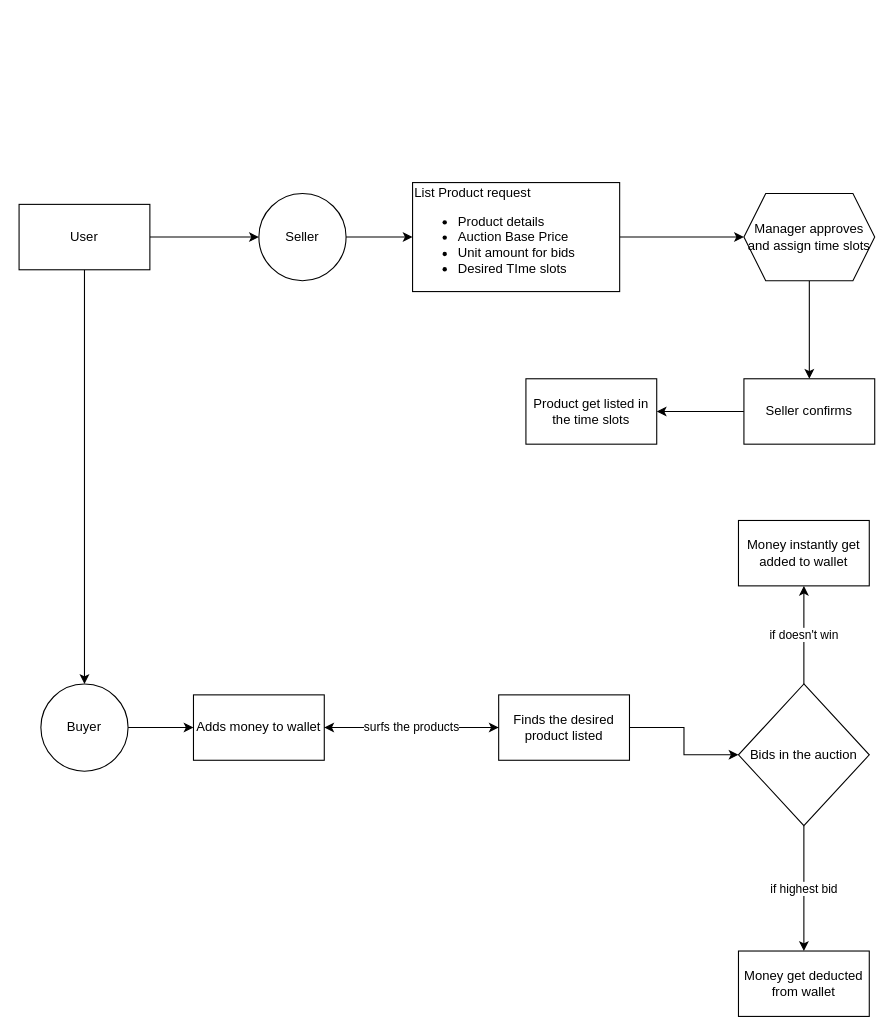
The draw.io diagram flowchart.drawio in Seventy7dot2/webwiz, before the edit. Source tidied: cells renumbered, new cells numbered last; positions are measured from the earlier drawing's top-left corner, leaving out a move shared by most shapes. Both pictures are drawn from the tidied source at 109%, with x=0, y=0 at pixel (19, 182).
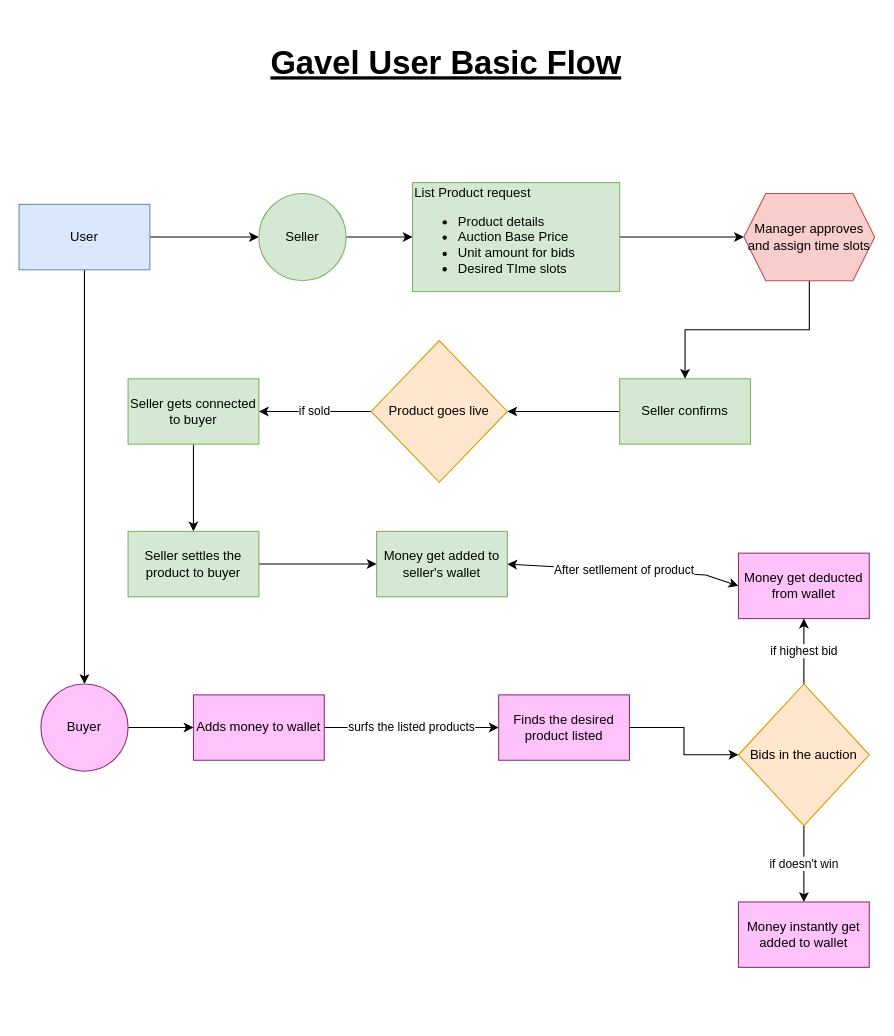
Above is the later version.

Change to the diagram source:
```diff
@@
-    <mxCell id="4" value="User" style="rounded=0;whiteSpace=wrap;html=1;" parent="1" vertex="1">
+    <mxCell id="4" value="User" style="rounded=0;whiteSpace=wrap;html=1;fillColor=#dae8fc;strokeColor=#6c8ebf;" parent="1" vertex="1">
       <mxGeometry y="20" width="120" height="60" as="geometry" />
     </mxCell>
@@
-    <mxCell id="6" value="Buyer" style="ellipse;whiteSpace=wrap;html=1;rounded=0;" parent="1" vertex="1">
+    <mxCell id="6" value="Buyer" style="ellipse;whiteSpace=wrap;html=1;rounded=0;strokeColor=#8c3675;align=center;verticalAlign=middle;fontFamily=Helvetica;fontSize=12;fontColor=default;fillColor=#ffc2fa;" parent="1" vertex="1">
       <mxGeometry x="20" y="460" width="80" height="80" as="geometry" />
     </mxCell>
@@
-    <mxCell id="8" value="Seller" style="ellipse;whiteSpace=wrap;html=1;rounded=0;" parent="1" vertex="1">
+    <mxCell id="8" value="Seller" style="ellipse;whiteSpace=wrap;html=1;rounded=0;fillColor=#d5e8d4;strokeColor=#82b366;" parent="1" vertex="1">
       <mxGeometry x="220" y="10" width="80" height="80" as="geometry" />
     </mxCell>
@@
-    <mxCell id="10" value="List Product request&lt;div&gt;&lt;ul&gt;&lt;li&gt;Product details&lt;/li&gt;&lt;li&gt;Auction Base Price&lt;/li&gt;&lt;li&gt;Unit amount for bids&lt;/li&gt;&lt;li&gt;Desired TIme slots&lt;/li&gt;&lt;/ul&gt;&lt;/div&gt;" style="rounded=0;whiteSpace=wrap;html=1;align=left;" parent="1" vertex="1">
+    <mxCell id="10" value="List Product request&lt;div&gt;&lt;ul&gt;&lt;li&gt;Product details&lt;/li&gt;&lt;li&gt;Auction Base Price&lt;/li&gt;&lt;li&gt;Unit amount for bids&lt;/li&gt;&lt;li&gt;Desired TIme slots&lt;/li&gt;&lt;/ul&gt;&lt;/div&gt;" style="rounded=0;whiteSpace=wrap;html=1;align=left;fillColor=#d5e8d4;strokeColor=#82b366;" parent="1" vertex="1">
       <mxGeometry x="361" width="190" height="100" as="geometry" />
     </mxCell>
@@
-    <mxCell id="12" value="Manager approves&lt;div&gt;and assign time slots&lt;/div&gt;" style="shape=hexagon;perimeter=hexagonPerimeter2;whiteSpace=wrap;html=1;fixedSize=1;align=center;rounded=0;" parent="1" vertex="1">
+    <mxCell id="12" value="Manager approves&lt;div&gt;and assign time slots&lt;/div&gt;" style="shape=hexagon;perimeter=hexagonPerimeter2;whiteSpace=wrap;html=1;fixedSize=1;align=center;rounded=0;fillColor=#f8cecc;strokeColor=#b85450;" parent="1" vertex="1">
       <mxGeometry x="665" y="10" width="120" height="80" as="geometry" />
     </mxCell>
-    <mxCell id="13" style="edgeStyle=orthogonalEdgeStyle;rounded=0;jettySize=auto;html=1;" parent="1" edge="1" source="14" target="15">
-      <mxGeometry relative="1" as="geometry" />
-    </mxCell>
+    <mxCell id="26" style="edgeStyle=orthogonalEdgeStyle;rounded=0;jettySize=auto;html=1;" parent="1" edge="1" source="14" target="28">
+      <mxGeometry relative="1" as="geometry" />
+    </mxCell>
-    <mxCell id="14" value="Seller confirms" style="rounded=0;whiteSpace=wrap;html=1;" parent="1" vertex="1">
-      <mxGeometry x="665" y="180" width="120" height="60" as="geometry" />
+    <mxCell id="14" value="Seller confirms" style="rounded=0;whiteSpace=wrap;html=1;fillColor=#d5e8d4;strokeColor=#82b366;" parent="1" vertex="1">
+      <mxGeometry x="551" y="180" width="120" height="60" as="geometry" />
     </mxCell>
-    <mxCell id="15" value="Product get listed in the time slots" style="rounded=0;whiteSpace=wrap;html=1;" parent="1" vertex="1">
-      <mxGeometry x="465" y="180" width="120" height="60" as="geometry" />
-    </mxCell>
-    <mxCell id="16" style="edgeStyle=orthogonalEdgeStyle;rounded=0;jettySize=auto;html=1;" parent="1" edge="1" source="17" target="20">
+    <mxCell id="16" value="surfs the listed products" style="edgeStyle=orthogonalEdgeStyle;rounded=0;jettySize=auto;html=1;" parent="1" edge="1" source="17" target="20">
       <mxGeometry relative="1" as="geometry" />
     </mxCell>
-    <mxCell id="17" value="Adds money to wallet" style="whiteSpace=wrap;html=1;rounded=0;" parent="1" vertex="1">
+    <mxCell id="17" value="Adds money to wallet" style="whiteSpace=wrap;html=1;rounded=0;strokeColor=#8c3675;align=center;verticalAlign=middle;fontFamily=Helvetica;fontSize=12;fontColor=default;fillColor=#ffc2fa;" parent="1" vertex="1">
       <mxGeometry x="160" y="470" width="120" height="60" as="geometry" />
     </mxCell>
@@
-    <mxCell id="19" value="surfs the products" style="edgeStyle=orthogonalEdgeStyle;rounded=0;jettySize=auto;html=1;" parent="1" edge="1" source="20" target="17">
-      <mxGeometry relative="1" as="geometry" />
-    </mxCell>
-    <mxCell id="20" value="Finds the desired product listed" style="whiteSpace=wrap;html=1;rounded=0;" parent="1" vertex="1">
+    <mxCell id="20" value="Finds the desired product listed" style="whiteSpace=wrap;html=1;rounded=0;strokeColor=#8c3675;align=center;verticalAlign=middle;fontFamily=Helvetica;fontSize=12;fontColor=default;fillColor=#ffc2fa;" parent="1" vertex="1">
       <mxGeometry x="440" y="470" width="120" height="60" as="geometry" />
     </mxCell>
@@
-    <mxCell id="23" value="Bids in the auction" style="rhombus;whiteSpace=wrap;html=1;rounded=0;" parent="1" vertex="1">
+    <mxCell id="23" value="Bids in the auction" style="rhombus;whiteSpace=wrap;html=1;rounded=0;fillColor=#ffe6cc;strokeColor=#d79b00;" parent="1" vertex="1">
       <mxGeometry x="660" y="460" width="120" height="130" as="geometry" />
     </mxCell>
-    <mxCell id="24" value="Money get deducted from wallet" style="rounded=0;whiteSpace=wrap;html=1;" parent="1" vertex="1">
-      <mxGeometry x="660" y="705" width="120" height="60" as="geometry" />
+    <mxCell id="24" value="Money get deducted from wallet" style="rounded=0;whiteSpace=wrap;html=1;fillColor=#ffc2fa;strokeColor=#8c3675;" parent="1" vertex="1">
+      <mxGeometry x="660" y="340" width="120" height="60" as="geometry" />
     </mxCell>
-    <mxCell id="25" value="Money instantly get added to wallet" style="whiteSpace=wrap;html=1;rounded=0;" parent="1" vertex="1">
-      <mxGeometry x="660" y="310" width="120" height="60" as="geometry" />
+    <mxCell id="25" value="Money instantly get added to wallet" style="whiteSpace=wrap;html=1;rounded=0;strokeColor=#8c3675;align=center;verticalAlign=middle;fontFamily=Helvetica;fontSize=12;fontColor=default;fillColor=#ffc2fa;" parent="1" vertex="1">
+      <mxGeometry x="660" y="660" width="120" height="60" as="geometry" />
     </mxCell>
+    <mxCell id="27" value="if sold" style="edgeStyle=orthogonalEdgeStyle;rounded=0;jettySize=auto;html=1;" parent="1" edge="1" source="28" target="30">
+      <mxGeometry relative="1" as="geometry" />
+    </mxCell>
+    <mxCell id="28" value="Product goes live" style="rhombus;whiteSpace=wrap;html=1;rounded=0;fillColor=#ffe6cc;strokeColor=#d79b00;" parent="1" vertex="1">
+      <mxGeometry x="323" y="145" width="125" height="130" as="geometry" />
+    </mxCell>
+    <mxCell id="29" style="edgeStyle=orthogonalEdgeStyle;rounded=0;jettySize=auto;html=1;" parent="1" edge="1" source="30" target="32">
+      <mxGeometry relative="1" as="geometry" />
+    </mxCell>
+    <mxCell id="30" value="Seller gets connected to buyer" style="rounded=0;whiteSpace=wrap;html=1;fillColor=#d5e8d4;strokeColor=#82b366;" parent="1" vertex="1">
+      <mxGeometry x="100" y="180" width="120" height="60" as="geometry" />
+    </mxCell>
+    <mxCell id="31" style="edgeStyle=orthogonalEdgeStyle;rounded=0;jettySize=auto;html=1;" parent="1" edge="1" source="32" target="33">
+      <mxGeometry relative="1" as="geometry" />
+    </mxCell>
+    <mxCell id="32" value="Seller settles the product to buyer" style="rounded=0;whiteSpace=wrap;html=1;fillColor=#d5e8d4;strokeColor=#82b366;" parent="1" vertex="1">
+      <mxGeometry x="100" y="320" width="120" height="60" as="geometry" />
+    </mxCell>
+    <mxCell id="33" value="Money get added to seller's wallet" style="whiteSpace=wrap;html=1;rounded=0;fillColor=#d5e8d4;strokeColor=#82b366;" parent="1" vertex="1">
+      <mxGeometry x="328" y="320" width="120" height="60" as="geometry" />
+    </mxCell>
+    <mxCell id="34" value="After setllement of product" style="endArrow=classic;startArrow=classic;html=1;rounded=0;entryX=1;entryY=0.5;entryDx=0;entryDy=0;exitX=0;exitY=0.5;exitDx=0;exitDy=0;" parent="1" edge="1" source="24" target="33">
+      <mxGeometry relative="1" as="geometry">
+        <Array as="points">
+          <mxPoint x="630" y="360" />
+        </Array>
+      </mxGeometry>
+    </mxCell>
+    <mxCell id="35" value="Gavel User Basic Flow" style="text;html=1;align=center;verticalAlign=middle;whiteSpace=wrap;rounded=0;fontSize=30;fontStyle=5;" parent="1" vertex="1">
+      <mxGeometry x="172" y="-150" width="440" height="80" as="geometry" />
+    </mxCell>
```
